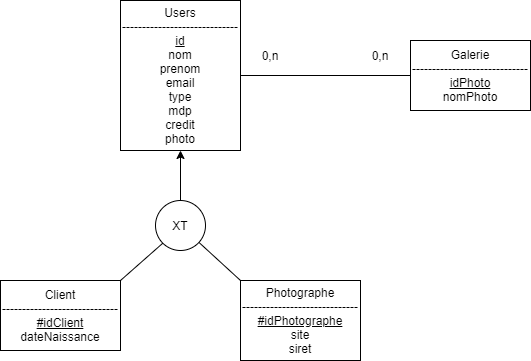
Before: SCD.png, a diagram exported from draw.io (cmoynard/photoforyou). Source tidied: cells renumbered, new cells last; positions are measured from the earlier drawing's top-left corner, leaving out a move shared by most shapes.
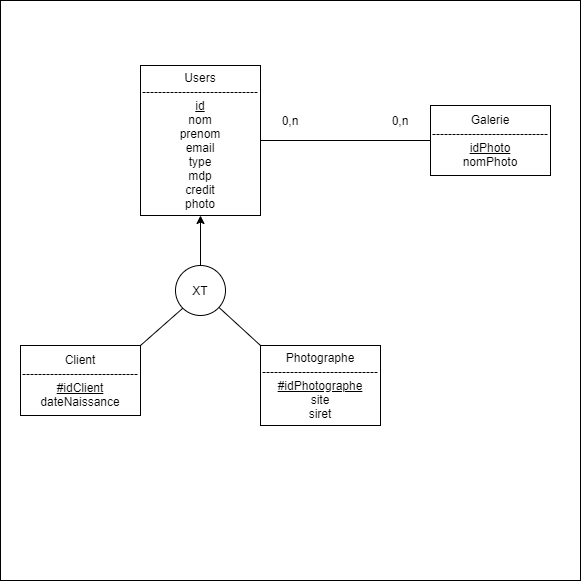
After the change.

Commit message:
mise a jour des diagrammes

The edit, as a diff of the source:
```diff
@@ -2,6 +2,9 @@
   <root>
     <mxCell id="0" />
     <mxCell id="1" parent="0" />
+    <mxCell id="13" style="whiteSpace=wrap;html=1;" parent="1" vertex="1">
+      <mxGeometry x="-20" y="-65" width="580" height="580" as="geometry" />
+    </mxCell>
     <mxCell id="2" value="Users&lt;br&gt;-----------------------------&lt;br&gt;&lt;u&gt;id&lt;/u&gt;&lt;br&gt;nom&lt;br&gt;prenom&lt;br&gt;email&lt;br&gt;type&lt;br&gt;mdp&lt;br&gt;credit&lt;br&gt;photo" style="rounded=0;whiteSpace=wrap;html=1;fontFamily=Helvetica;" parent="1" vertex="1">
       <mxGeometry x="120" width="120" height="150" as="geometry" />
     </mxCell>
```
